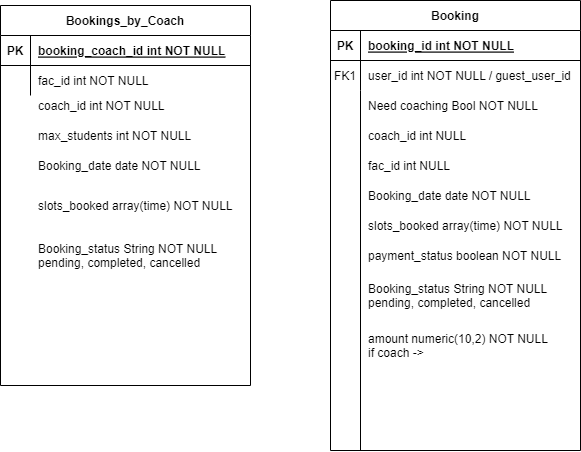
Before: BookingNew.png, a diagram exported from draw.io (Thulasithang/Booking-System). Source tidied: cells renumbered, new cells last; positions are measured from the earlier drawing's top-left corner, leaving out a move shared by most shapes.
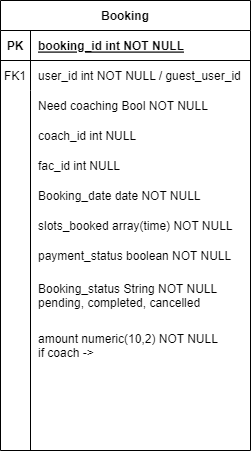
The same file after the commit.

Commit message:
booking database and model created

Change to the diagram source:
```diff
@@ -23,27 +23,6 @@
     <mxCell id="8" value="user_id int NOT NULL / guest_user_id " style="shape=partialRectangle;overflow=hidden;fillColor=none;top=0;left=0;bottom=0;right=0;align=left;spacingLeft=6;" parent="6" vertex="1">
       <mxGeometry x="30" width="220" height="30" as="geometry" />
     </mxCell>
-    <mxCell id="9" value="Bookings_by_Coach" style="shape=table;startSize=30;rowLines=0;fontStyle=1;align=center;" parent="1" vertex="1">
-      <mxGeometry y="5" width="250" height="380" as="geometry" />
-    </mxCell>
-    <mxCell id="10" style="shape=partialRectangle;fillColor=none;top=0;left=0;right=0;bottom=1;" parent="9" vertex="1">
-      <mxGeometry y="30" width="250" height="30" as="geometry" />
-    </mxCell>
-    <mxCell id="11" value="PK" style="shape=partialRectangle;overflow=hidden;fillColor=none;top=0;left=0;bottom=0;right=0;fontStyle=1;" parent="10" vertex="1">
-      <mxGeometry width="30" height="30" as="geometry" />
-    </mxCell>
-    <mxCell id="12" value="booking_coach_id int NOT NULL " style="shape=partialRectangle;overflow=hidden;fillColor=none;top=0;left=0;bottom=0;right=0;align=left;spacingLeft=6;fontStyle=5;" parent="10" vertex="1">
-      <mxGeometry x="30" width="220" height="30" as="geometry" />
-    </mxCell>
-    <mxCell id="13" style="shape=partialRectangle;fillColor=none;top=0;left=0;right=0;bottom=0;" parent="9" vertex="1">
-      <mxGeometry y="60" width="250" height="30" as="geometry" />
-    </mxCell>
-    <mxCell id="14" style="shape=partialRectangle;overflow=hidden;fillColor=none;top=0;left=0;bottom=0;right=0;" parent="13" vertex="1">
-      <mxGeometry width="30" height="30" as="geometry" />
-    </mxCell>
-    <mxCell id="15" value="fac_id int NOT NULL" style="shape=partialRectangle;overflow=hidden;fillColor=none;top=0;left=0;bottom=0;right=0;align=left;spacingLeft=6;" parent="13" vertex="1">
-      <mxGeometry x="30" width="220" height="30" as="geometry" />
-    </mxCell>
     <mxCell id="16" style="endArrow=none;html=1;rounded=0;" parent="1" edge="1">
       <mxGeometry relative="1" as="geometry">
         <mxPoint x="360" y="450" as="sourcePoint" />
@@ -74,20 +53,5 @@
     <mxCell id="24" value="amount numeric(10,2) NOT NULL&#10;if coach -&gt; " style="shape=partialRectangle;overflow=hidden;fillColor=none;top=0;left=0;bottom=0;right=0;align=left;spacingLeft=6;" parent="1" vertex="1">
       <mxGeometry x="360" y="320" width="220" height="50" as="geometry" />
     </mxCell>
-    <mxCell id="25" value="max_students int NOT NULL" style="shape=partialRectangle;overflow=hidden;fillColor=none;top=0;left=0;bottom=0;right=0;align=left;spacingLeft=6;" parent="1" vertex="1">
-      <mxGeometry x="30" y="120" width="220" height="30" as="geometry" />
-    </mxCell>
-    <mxCell id="26" value="coach_id int NOT NULL" style="shape=partialRectangle;overflow=hidden;fillColor=none;top=0;left=0;bottom=0;right=0;align=left;spacingLeft=6;" parent="1" vertex="1">
-      <mxGeometry x="30" y="90" width="220" height="30" as="geometry" />
-    </mxCell>
-    <mxCell id="27" value="slots_booked array(time) NOT NULL" style="shape=partialRectangle;overflow=hidden;fillColor=none;top=0;left=0;bottom=0;right=0;align=left;spacingLeft=6;" parent="1" vertex="1">
-      <mxGeometry x="30" y="190" width="220" height="30" as="geometry" />
-    </mxCell>
-    <mxCell id="28" value="Booking_date date NOT NULL" style="shape=partialRectangle;overflow=hidden;fillColor=none;top=0;left=0;bottom=0;right=0;align=left;spacingLeft=6;" parent="1" vertex="1">
-      <mxGeometry x="30" y="150" width="220" height="30" as="geometry" />
-    </mxCell>
-    <mxCell id="29" value="Booking_status String NOT NULL&#10;pending, completed, cancelled" style="shape=partialRectangle;overflow=hidden;fillColor=none;top=0;left=0;bottom=0;right=0;align=left;spacingLeft=6;" parent="1" vertex="1">
-      <mxGeometry x="30" y="230" width="220" height="50" as="geometry" />
-    </mxCell>
   </root>
 </mxGraphModel>
```
